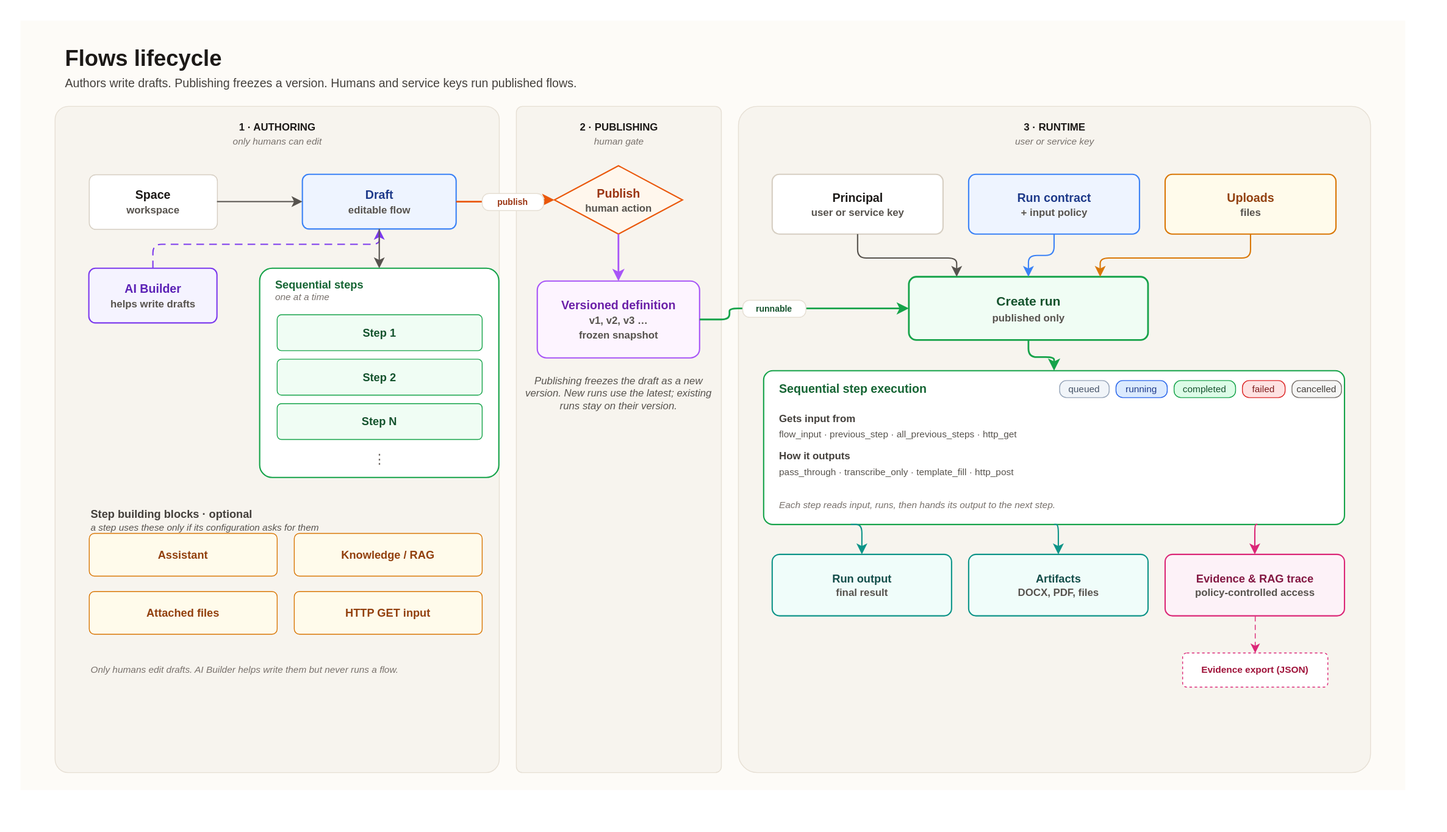
Before: frontend/apps/docs-site/public/diagrams/flows-overview.svg, a diagram exported from draw.io (eneo-ai/eneo). Source tidied: cells renumbered, new cells last; positions are measured from the earlier drawing's top-left corner, leaving out a move shared by most shapes.
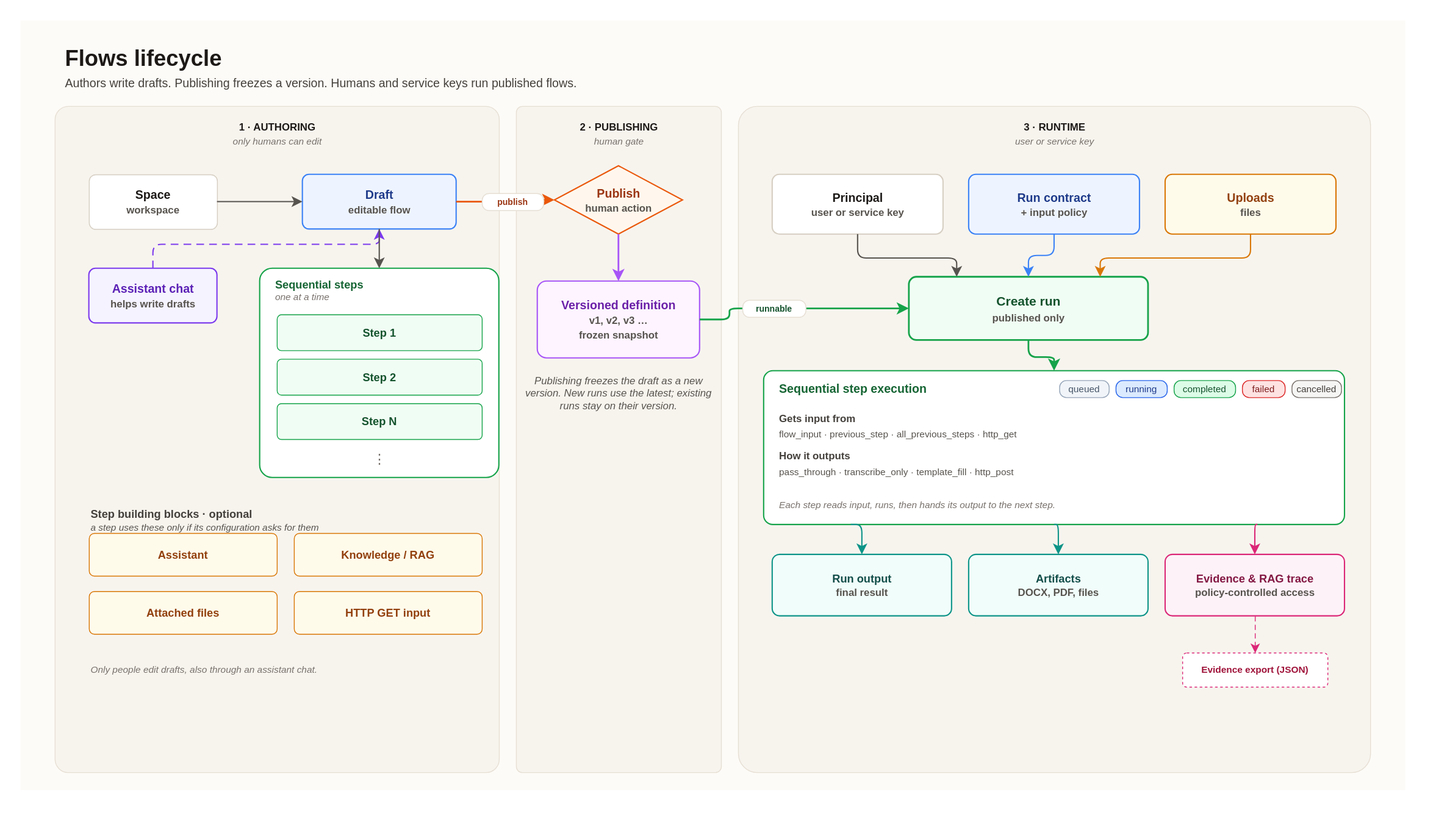
The same diagram one commit later.

The edit, as a diff of the source:
```diff
@@ -44,7 +44,7 @@
     <mxCell id="15" value="Draft&#10;&lt;font color='#57534E' style='font-size:12px'&gt;editable flow&lt;/font&gt;" style="rounded=1;arcSize=12;whiteSpace=wrap;html=1;fillColor=#EEF4FF;strokeColor=#3B82F6;strokeWidth=1.5;fontSize=14;fontStyle=1;fontColor=#1E3A8A;fontFamily=Helvetica;verticalAlign=middle;" parent="1" vertex="1">
       <mxGeometry x="330" y="180" width="180" height="64" as="geometry" />
     </mxCell>
-    <mxCell id="16" value="AI Builder&#10;&lt;font color='#57534E' style='font-size:12px'&gt;helps write drafts&lt;/font&gt;" style="rounded=1;arcSize=12;whiteSpace=wrap;html=1;fillColor=#F5F3FF;strokeColor=#7C3AED;strokeWidth=1.5;fontSize=14;fontStyle=1;fontColor=#5B21B6;fontFamily=Helvetica;verticalAlign=middle;" parent="1" vertex="1">
+    <mxCell id="16" value="Assistant chat&#10;&lt;font color='#57534E' style='font-size:12px'&gt;helps write drafts&lt;/font&gt;" style="rounded=1;arcSize=12;whiteSpace=wrap;html=1;fillColor=#F5F3FF;strokeColor=#7C3AED;strokeWidth=1.5;fontSize=14;fontStyle=1;fontColor=#5B21B6;fontFamily=Helvetica;verticalAlign=middle;" parent="1" vertex="1">
       <mxGeometry x="80" y="290" width="150" height="64" as="geometry" />
     </mxCell>
     <mxCell id="17" style="rounded=1;arcSize=6;whiteSpace=wrap;html=1;fillColor=#FFFFFF;strokeColor=#16A34A;strokeWidth=1.5;" parent="1" vertex="1">
@@ -86,7 +86,7 @@
     <mxCell id="29" value="HTTP GET input" style="rounded=1;arcSize=12;whiteSpace=wrap;html=1;fillColor=#FFFBEB;strokeColor=#D97706;strokeWidth=1;fontSize=13;fontStyle=1;fontColor=#92400E;fontFamily=Helvetica;" parent="1" vertex="1">
       <mxGeometry x="320" y="668" width="220" height="50" as="geometry" />
     </mxCell>
-    <mxCell id="30" value="Only humans edit drafts. AI Builder helps write them but never runs a flow." style="text;html=1;align=left;verticalAlign=middle;fontSize=11;fontColor=#78716C;fontStyle=2;fontFamily=Helvetica;whiteSpace=wrap;" parent="1" vertex="1">
+    <mxCell id="30" value="Only people edit drafts, also through an assistant chat." style="text;html=1;align=left;verticalAlign=middle;fontSize=11;fontColor=#78716C;fontStyle=2;fontFamily=Helvetica;whiteSpace=wrap;" parent="1" vertex="1">
       <mxGeometry x="80" y="745" width="460" height="30" as="geometry" />
     </mxCell>
     <mxCell id="31" value="Publish&#10;&lt;font color='#57534E' style='font-size:12px'&gt;human action&lt;/font&gt;" style="rhombus;whiteSpace=wrap;html=1;fillColor=#FFF7ED;strokeColor=#EA580C;strokeWidth=1.5;fontSize=14;fontStyle=1;fontColor=#9A3412;fontFamily=Helvetica;verticalAlign=middle;" parent="1" vertex="1">
```
